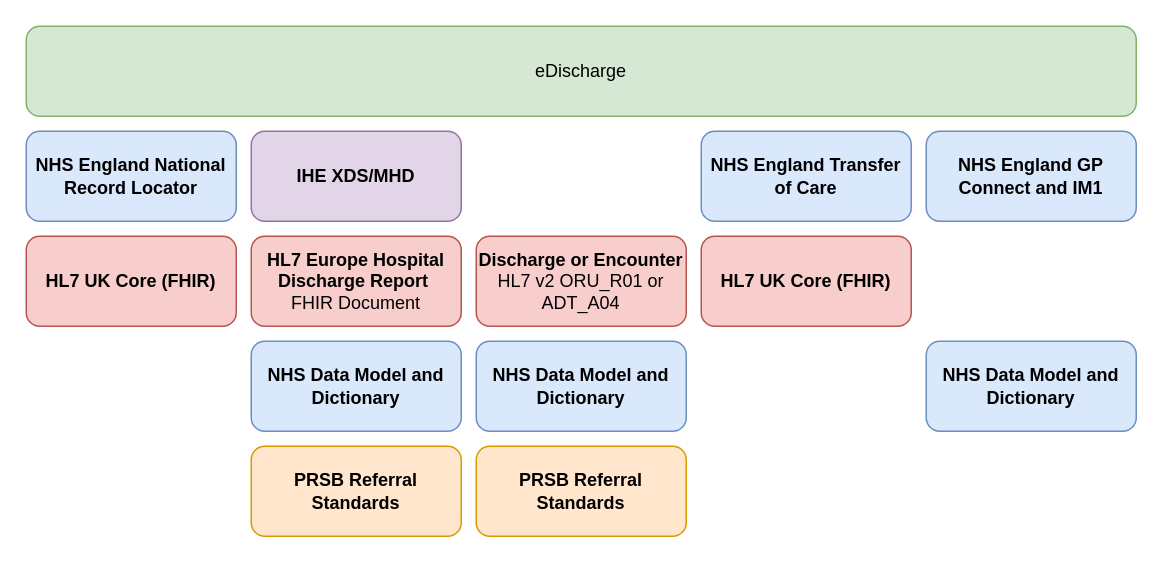
Earlier version of the draw.io diagram Drawio/eDischarge relationship to other standards.drawio (Virtually-Healthcare/virtually-healthcare.github.com). Source tidied: cells renumbered, new cells numbered last; positions are measured from the earlier drawing's top-left corner, leaving out a move shared by most shapes. Both pictures are drawn from the tidied source at 150%, with x=0, y=0 at pixel (26, 26).
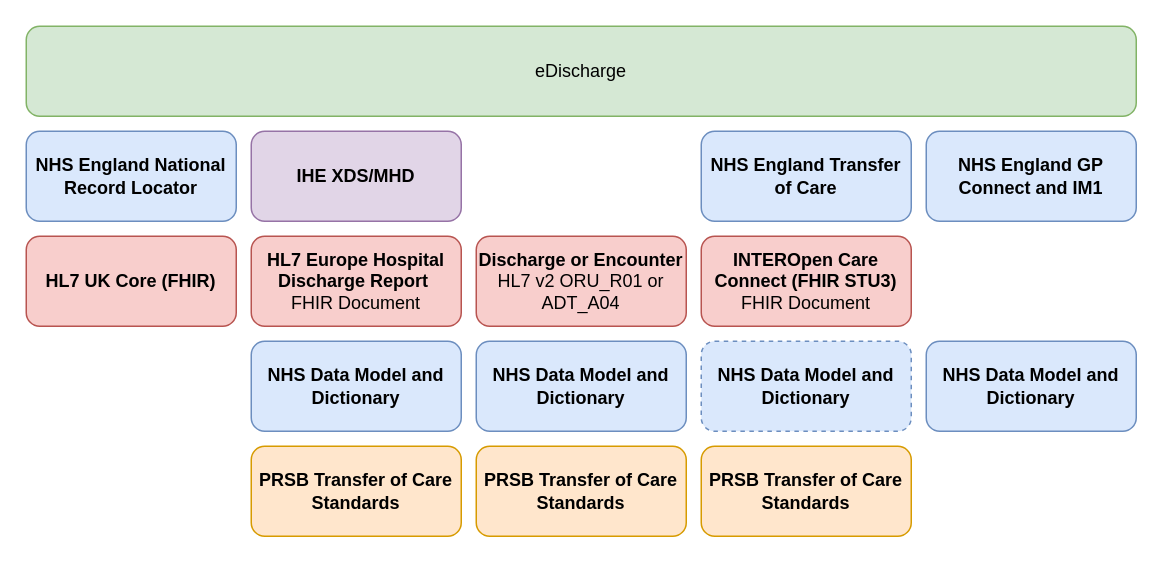
The same page after the edit.

Commit message (it also covers changes not shown here):
Moved to eRequesting alignment

Diff of the diagram source:
```diff
@@
 <mxGraphModel>
   <root>
     <mxCell id="0" />
     <mxCell id="1" parent="0" />
     <mxCell id="2" value="eDischarge" style="rounded=1;whiteSpace=wrap;html=1;fillColor=#d5e8d4;strokeColor=#82b366;" parent="1" vertex="1">
       <mxGeometry width="740" height="60" as="geometry" />
     </mxCell>
     <mxCell id="3" value="&lt;div&gt;&lt;b&gt;Discharge or Encounter&lt;br&gt;&lt;/b&gt;HL7 v2 ORU_R01 or ADT_A04&lt;/div&gt;" style="rounded=1;whiteSpace=wrap;html=1;fillColor=#f8cecc;strokeColor=#b85450;" parent="1" vertex="1">
       <mxGeometry x="300" y="140" width="140" height="60" as="geometry" />
     </mxCell>
     <mxCell id="4" value="&lt;b&gt;NHS Data Model and Dictionary&lt;/b&gt;" style="rounded=1;whiteSpace=wrap;html=1;fillColor=#dae8fc;strokeColor=#6c8ebf;" parent="1" vertex="1">
       <mxGeometry x="300" y="210" width="140" height="60" as="geometry" />
     </mxCell>
     <mxCell id="5" value="&lt;b&gt;NHS England Transfer of Care&lt;/b&gt;" style="rounded=1;whiteSpace=wrap;html=1;fillColor=#dae8fc;strokeColor=#6c8ebf;" parent="1" vertex="1">
       <mxGeometry x="450" y="70" width="140" height="60" as="geometry" />
     </mxCell>
     <mxCell id="6" value="&lt;b&gt;NHS England GP Connect and IM1&lt;/b&gt;" style="rounded=1;whiteSpace=wrap;html=1;fillColor=#dae8fc;strokeColor=#6c8ebf;" parent="1" vertex="1">
       <mxGeometry x="600" y="70" width="140" height="60" as="geometry" />
     </mxCell>
-    <mxCell id="7" value="&lt;b&gt;HL7 UK Core (FHIR)&lt;/b&gt;" style="rounded=1;whiteSpace=wrap;html=1;fillColor=#f8cecc;strokeColor=#b85450;" parent="1" vertex="1">
+    <mxCell id="7" value="&lt;b&gt;INTEROpen Care Connect (FHIR STU3)&lt;/b&gt;&lt;br&gt;FHIR Document" style="rounded=1;whiteSpace=wrap;html=1;fillColor=#f8cecc;strokeColor=#b85450;" parent="1" vertex="1">
       <mxGeometry x="450" y="140" width="140" height="60" as="geometry" />
     </mxCell>
     <mxCell id="8" value="&lt;b&gt;IHE XDS/MHD&lt;/b&gt;" style="rounded=1;whiteSpace=wrap;html=1;fillColor=#e1d5e7;strokeColor=#9673a6;" parent="1" vertex="1">
       <mxGeometry x="150" y="70" width="140" height="60" as="geometry" />
     </mxCell>
     <mxCell id="9" value="&lt;b&gt;HL7 Europe Hospital Discharge Report&amp;nbsp;&lt;/b&gt;&lt;br&gt;FHIR Document" style="rounded=1;whiteSpace=wrap;html=1;fillColor=#f8cecc;strokeColor=#b85450;" parent="1" vertex="1">
       <mxGeometry x="150" y="140" width="140" height="60" as="geometry" />
     </mxCell>
-    <mxCell id="10" value="&lt;b&gt;PRSB Referral Standards&lt;/b&gt;" style="rounded=1;whiteSpace=wrap;html=1;fillColor=#ffe6cc;strokeColor=#d79b00;" parent="1" vertex="1">
+    <mxCell id="10" value="&lt;b&gt;PRSB Transfer of Care Standards&lt;/b&gt;" style="rounded=1;whiteSpace=wrap;html=1;fillColor=#ffe6cc;strokeColor=#d79b00;" parent="1" vertex="1">
       <mxGeometry x="150" y="280" width="140" height="60" as="geometry" />
     </mxCell>
-    <mxCell id="11" value="&lt;b&gt;PRSB Referral Standards&lt;/b&gt;" style="rounded=1;whiteSpace=wrap;html=1;fillColor=#ffe6cc;strokeColor=#d79b00;" parent="1" vertex="1">
-      <mxGeometry x="300" y="280" width="140" height="60" as="geometry" />
-    </mxCell>
     <mxCell id="12" value="&lt;b&gt;NHS Data Model and Dictionary&lt;/b&gt;" style="rounded=1;whiteSpace=wrap;html=1;fillColor=#dae8fc;strokeColor=#6c8ebf;" parent="1" vertex="1">
       <mxGeometry x="150" y="210" width="140" height="60" as="geometry" />
     </mxCell>
     <mxCell id="13" value="&lt;b&gt;NHS Data Model and Dictionary&lt;/b&gt;" style="rounded=1;whiteSpace=wrap;html=1;fillColor=#dae8fc;strokeColor=#6c8ebf;" parent="1" vertex="1">
       <mxGeometry x="600" y="210" width="140" height="60" as="geometry" />
     </mxCell>
     <mxCell id="14" value="&lt;b&gt;NHS England National Record Locator&lt;/b&gt;" style="rounded=1;whiteSpace=wrap;html=1;fillColor=#dae8fc;strokeColor=#6c8ebf;" parent="1" vertex="1">
       <mxGeometry y="70" width="140" height="60" as="geometry" />
     </mxCell>
     <mxCell id="15" value="&lt;b&gt;HL7 UK Core (FHIR)&lt;/b&gt;" style="rounded=1;whiteSpace=wrap;html=1;fillColor=#f8cecc;strokeColor=#b85450;" parent="1" vertex="1">
       <mxGeometry y="140" width="140" height="60" as="geometry" />
     </mxCell>
+    <mxCell id="16" value="&lt;b&gt;PRSB Transfer of Care Standards&lt;/b&gt;" style="rounded=1;whiteSpace=wrap;html=1;fillColor=#ffe6cc;strokeColor=#d79b00;" parent="1" vertex="1">
+      <mxGeometry x="300" y="280" width="140" height="60" as="geometry" />
+    </mxCell>
+    <mxCell id="17" value="&lt;b&gt;PRSB Transfer of Care Standards&lt;/b&gt;" style="rounded=1;whiteSpace=wrap;html=1;fillColor=#ffe6cc;strokeColor=#d79b00;" parent="1" vertex="1">
+      <mxGeometry x="450" y="280" width="140" height="60" as="geometry" />
+    </mxCell>
+    <mxCell id="18" value="&lt;b&gt;NHS Data Model and Dictionary&lt;/b&gt;" style="rounded=1;whiteSpace=wrap;html=1;fillColor=#dae8fc;strokeColor=#6c8ebf;dashed=1;" parent="1" vertex="1">
+      <mxGeometry x="450" y="210" width="140" height="60" as="geometry" />
+    </mxCell>
   </root>
 </mxGraphModel>
```
